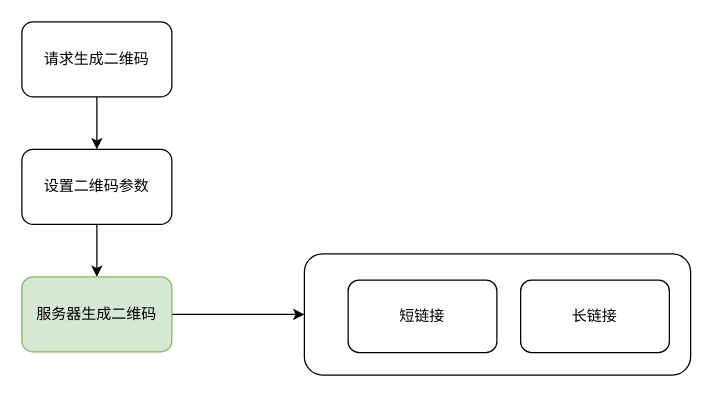
Before: page "二维码生成" (7 of 10) of shorturl.drawio in leechliao/drawio, a draw.io diagram. Source tidied: cells renumbered, new cells numbered last; positions are measured from the earlier drawing's top-left corner, leaving out a move shared by most shapes. Both pictures are drawn from the tidied source at 125%, with x=0, y=0 at pixel (21, 21).
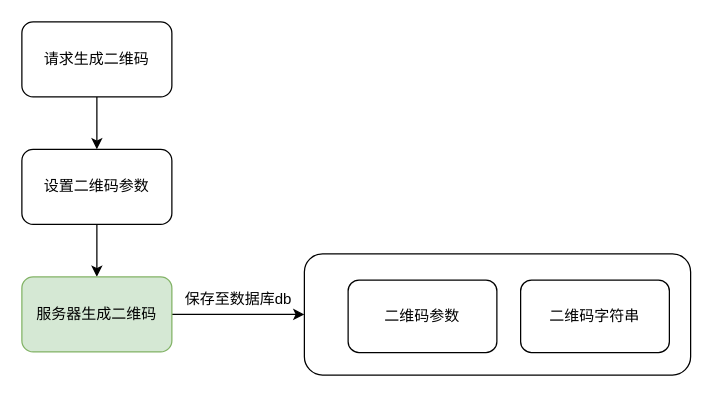
The same diagram, later.

Change to the diagram source:
```diff
@@
 <mxGraphModel>
   <root>
     <mxCell id="0" />
     <mxCell id="1" parent="0" />
     <mxCell id="2" style="rounded=1;whiteSpace=wrap;html=1;" parent="1" vertex="1">
       <mxGeometry x="226" y="185.5" width="309" height="97" as="geometry" />
     </mxCell>
     <mxCell id="3" style="edgeStyle=orthogonalEdgeStyle;rounded=0;jettySize=auto;html=1;" parent="1" edge="1" source="4" target="6">
       <mxGeometry relative="1" as="geometry" />
     </mxCell>
     <mxCell id="4" value="设置二维码参数" style="rounded=1;whiteSpace=wrap;html=1;" parent="1" vertex="1">
       <mxGeometry y="102" width="120" height="60" as="geometry" />
     </mxCell>
     <mxCell id="5" style="edgeStyle=none;rounded=0;jettySize=auto;html=1;" parent="1" edge="1" source="6" target="2">
       <mxGeometry relative="1" as="geometry" />
     </mxCell>
     <mxCell id="6" value="服务器生成二维码" style="rounded=1;whiteSpace=wrap;html=1;fillColor=#d5e8d4;strokeColor=#82b366;" parent="1" vertex="1">
       <mxGeometry y="204" width="120" height="60" as="geometry" />
     </mxCell>
     <mxCell id="7" style="edgeStyle=orthogonalEdgeStyle;rounded=0;jettySize=auto;html=1;" parent="1" edge="1" source="8" target="4">
       <mxGeometry relative="1" as="geometry" />
     </mxCell>
     <mxCell id="8" value="请求生成二维码" style="rounded=1;whiteSpace=wrap;html=1;" parent="1" vertex="1">
       <mxGeometry width="120" height="60" as="geometry" />
     </mxCell>
-    <mxCell id="9" value="短链接" style="rounded=1;whiteSpace=wrap;html=1;" parent="1" vertex="1">
+    <mxCell id="9" value="二维码参数" style="rounded=1;whiteSpace=wrap;html=1;" parent="1" vertex="1">
       <mxGeometry x="261" y="206.5" width="119" height="58" as="geometry" />
     </mxCell>
-    <mxCell id="10" value="长链接" style="rounded=1;whiteSpace=wrap;html=1;" parent="1" vertex="1">
+    <mxCell id="10" value="二维码字符串" style="rounded=1;whiteSpace=wrap;html=1;" parent="1" vertex="1">
       <mxGeometry x="399" y="206.5" width="119" height="58" as="geometry" />
     </mxCell>
+    <mxCell id="11" value="保存至数据库db" style="text;html=1;strokeColor=none;fillColor=none;align=center;verticalAlign=middle;whiteSpace=wrap;rounded=0;" parent="1" vertex="1">
+      <mxGeometry x="116" y="204" width="115" height="35" as="geometry" />
+    </mxCell>
   </root>
 </mxGraphModel>
```
